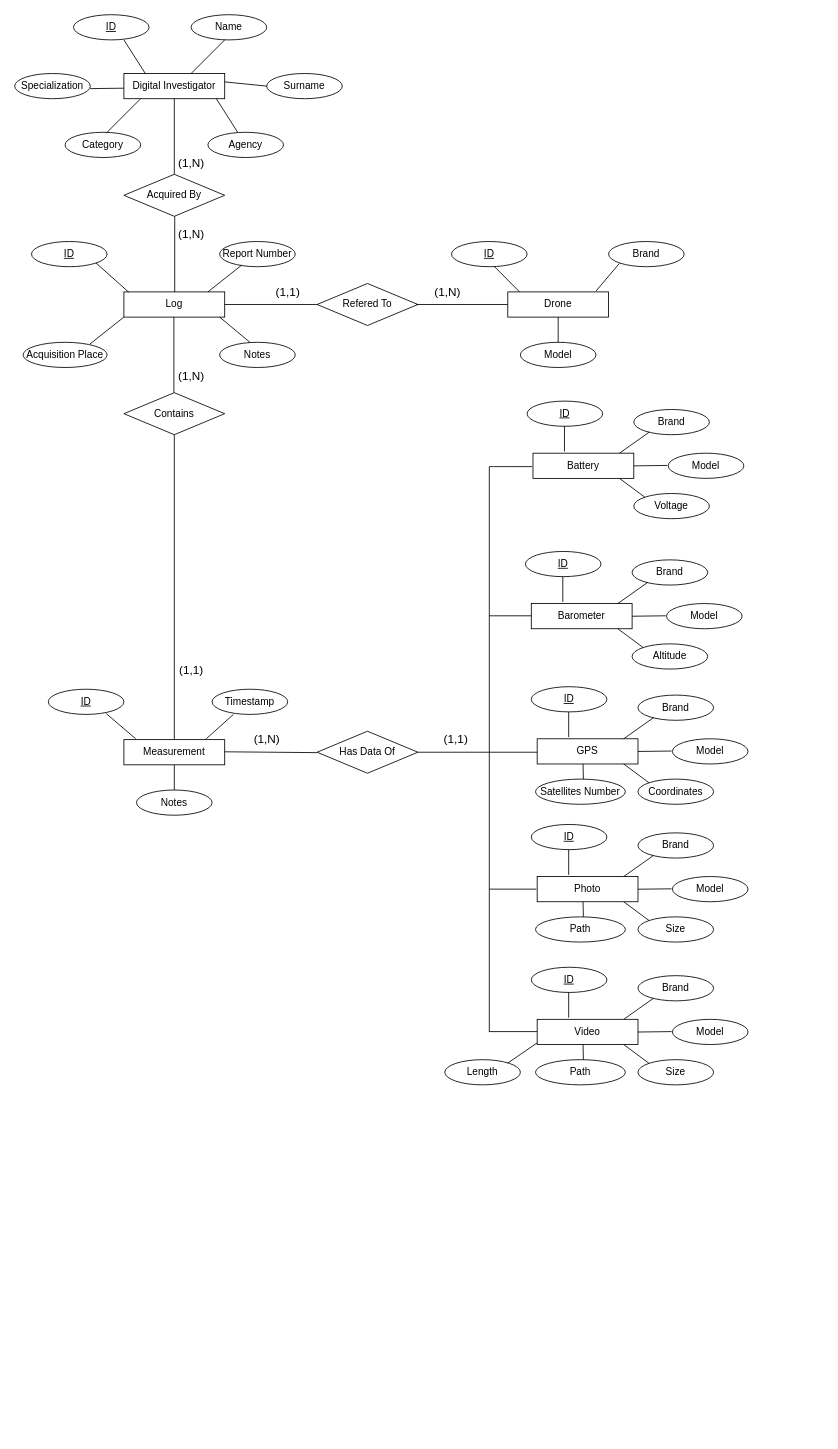
Before: Database/Schema DB.drawio in Kryozen/Forensics-Analysis, a draw.io diagram. Source tidied: cells renumbered, new cells numbered last; positions are measured from the earlier drawing's top-left corner, leaving out a move shared by most shapes. Both pictures are drawn from the tidied source at 84%, with x=0, y=0 at pixel (14, 14).
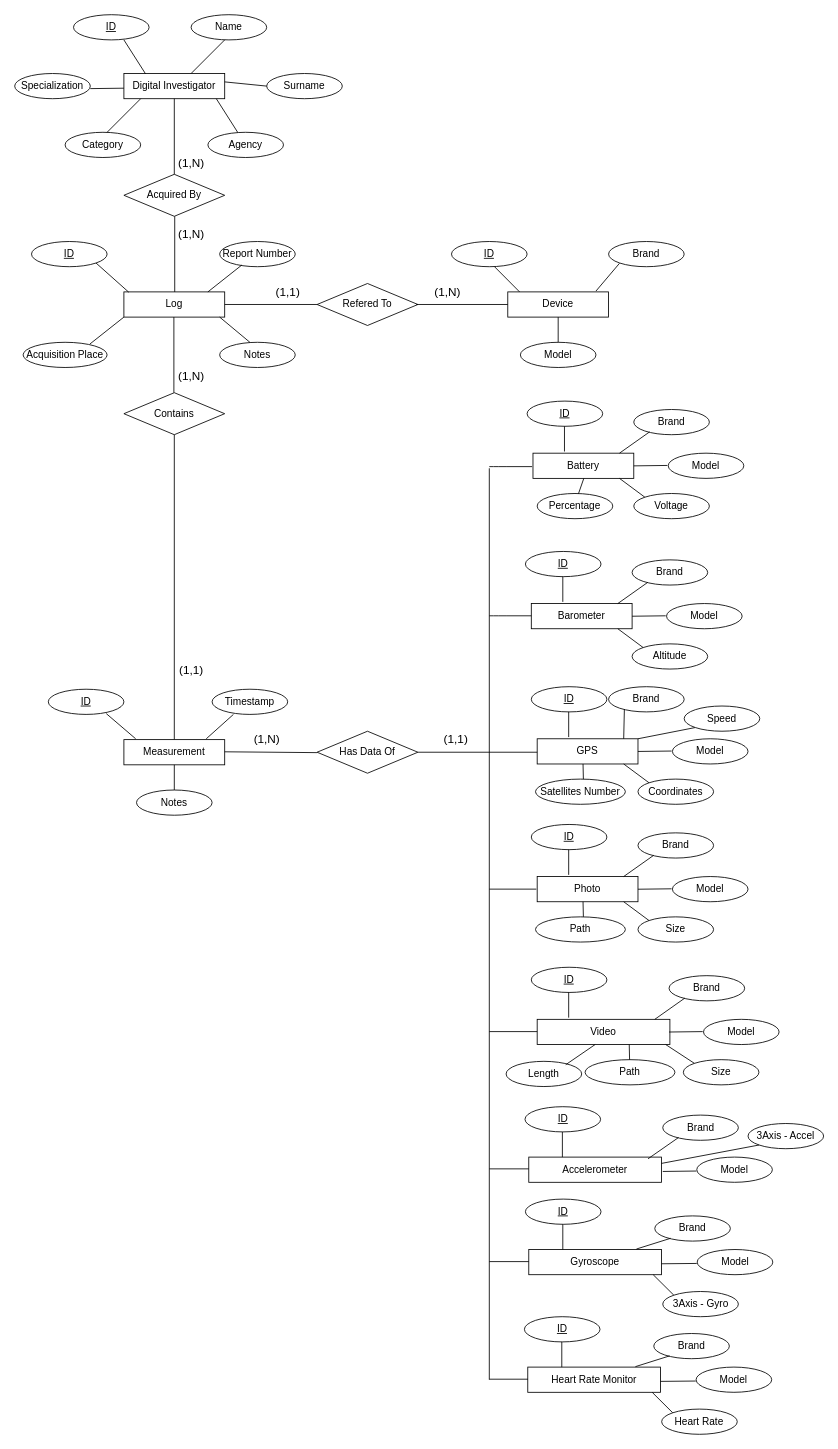
The same diagram, later.

Commit message (it also covers changes not shown here):
Modello E-R Aggiornato

Aggiornato il modello E-R del Database unico per i 3 dispostivi smart da analizzare.

The change refers to these unchanged cells:
```xml
<mxCell id="71" value="GPS" style="rounded=0;whiteSpace=wrap;html=1;" parent="1" vertex="1">
  <mxGeometry x="622" y="862" width="120" height="30" as="geometry" />
</mxCell>
```

Diff of the diagram source:
```diff
@@
-    <mxCell id="30" value="Drone" style="rounded=0;whiteSpace=wrap;html=1;" parent="1" vertex="1">
+    <mxCell id="30" value="Device" style="rounded=0;whiteSpace=wrap;html=1;" parent="1" vertex="1">
       <mxGeometry x="587" y="330" width="120" height="30" as="geometry" />
     </mxCell>
@@
     <mxCell id="50" style="endArrow=none;html=1;" parent="1" edge="1">
       <mxGeometry relative="1" as="geometry">
-        <mxPoint x="565" y="1211" as="sourcePoint" />
-        <mxPoint x="565" y="538" as="targetPoint" />
+        <mxPoint x="565" y="1625" as="sourcePoint" />
+        <mxPoint x="565" y="540" as="targetPoint" />
       </mxGeometry>
     </mxCell>
@@
     <mxCell id="74" value="Brand" style="ellipse;whiteSpace=wrap;html=1;" parent="1" vertex="1">
-      <mxGeometry x="742" y="810" width="90" height="30" as="geometry" />
+      <mxGeometry x="707" y="800" width="90" height="30" as="geometry" />
     </mxCell>
@@
     <mxCell id="94" value="Video" style="rounded=0;whiteSpace=wrap;html=1;" parent="1" vertex="1">
-      <mxGeometry x="622" y="1196" width="120" height="30" as="geometry" />
+      <mxGeometry x="622" y="1196" width="158" height="30" as="geometry" />
     </mxCell>
@@
     <mxCell id="97" value="Brand" style="ellipse;whiteSpace=wrap;html=1;" parent="1" vertex="1">
-      <mxGeometry x="742" y="1144" width="90" height="30" as="geometry" />
+      <mxGeometry x="779" y="1144" width="90" height="30" as="geometry" />
     </mxCell>
     <mxCell id="98" value="Model" style="ellipse;whiteSpace=wrap;html=1;" parent="1" vertex="1">
-      <mxGeometry x="783" y="1196" width="90" height="30" as="geometry" />
+      <mxGeometry x="820" y="1196" width="90" height="30" as="geometry" />
     </mxCell>
     <mxCell id="99" value="Size" style="ellipse;whiteSpace=wrap;html=1;" parent="1" vertex="1">
-      <mxGeometry x="742" y="1244" width="90" height="30" as="geometry" />
+      <mxGeometry x="796" y="1244" width="90" height="30" as="geometry" />
     </mxCell>
     <mxCell id="100" style="endArrow=none;html=1;entryX=1;entryY=1;entryDx=0;entryDy=0;exitX=0.209;exitY=0.889;exitDx=0;exitDy=0;exitPerimeter=0;" parent="1" edge="1" source="97">
       <mxGeometry relative="1" as="geometry">
-        <mxPoint x="725" y="1196" as="targetPoint" />
+        <mxPoint x="762" y="1196" as="targetPoint" />
       </mxGeometry>
     </mxCell>
     <mxCell id="101" style="endArrow=none;html=1;entryX=1;entryY=1;entryDx=0;entryDy=0;exitX=0;exitY=0;exitDx=0;exitDy=0;" parent="1" edge="1" source="99">
       <mxGeometry relative="1" as="geometry">
-        <mxPoint x="725" y="1226" as="targetPoint" />
+        <mxPoint x="775" y="1226" as="targetPoint" />
       </mxGeometry>
     </mxCell>
     <mxCell id="102" style="endArrow=none;html=1;exitX=0;exitY=0.5;exitDx=0;exitDy=0;" parent="1" edge="1">
       <mxGeometry relative="1" as="geometry">
-        <mxPoint x="782" y="1210.6" as="sourcePoint" />
-        <mxPoint x="742" y="1211.1" as="targetPoint" />
+        <mxPoint x="819" y="1210.6" as="sourcePoint" />
+        <mxPoint x="779" y="1211.1" as="targetPoint" />
       </mxGeometry>
     </mxCell>
     <mxCell id="103" value="Path" style="ellipse;whiteSpace=wrap;html=1;" parent="1" vertex="1">
-      <mxGeometry x="620" y="1244" width="107" height="30" as="geometry" />
+      <mxGeometry x="679" y="1244" width="107" height="30" as="geometry" />
     </mxCell>
     <mxCell id="104" style="endArrow=none;html=1;entryX=0.5;entryY=1;entryDx=0;entryDy=0;" parent="1" edge="1">
       <mxGeometry relative="1" as="geometry">
-        <mxPoint x="677" y="1244" as="sourcePoint" />
-        <mxPoint x="676.6" y="1226" as="targetPoint" />
+        <mxPoint x="732" y="1244" as="sourcePoint" />
+        <mxPoint x="731.6" y="1226" as="targetPoint" />
       </mxGeometry>
     </mxCell>
@@
     <mxCell id="106" value="Length" style="ellipse;whiteSpace=wrap;html=1;" parent="1" vertex="1">
-      <mxGeometry x="512" y="1244" width="90" height="30" as="geometry" />
+      <mxGeometry x="585" y="1246" width="90" height="30" as="geometry" />
     </mxCell>
     <mxCell id="107" style="endArrow=none;html=1;entryX=1;entryY=1;entryDx=0;entryDy=0;exitX=0.209;exitY=0.889;exitDx=0;exitDy=0;exitPerimeter=0;" parent="1" edge="1">
       <mxGeometry relative="1" as="geometry">
-        <mxPoint x="622" y="1224" as="sourcePoint" />
-        <mxPoint x="587" y="1248" as="targetPoint" />
+        <mxPoint x="691" y="1226" as="sourcePoint" />
+        <mxPoint x="656" y="1250" as="targetPoint" />
       </mxGeometry>
     </mxCell>
@@
+    <mxCell id="116" value="Accelerometer" style="rounded=0;whiteSpace=wrap;html=1;" parent="1" vertex="1">
+      <mxGeometry x="612" y="1360" width="158" height="30" as="geometry" />
+    </mxCell>
+    <mxCell id="117" style="endArrow=none;html=1;entryX=1;entryY=1;entryDx=0;entryDy=0;" parent="1" edge="1">
+      <mxGeometry relative="1" as="geometry">
+        <mxPoint x="669.5" y="575" as="sourcePoint" />
+        <mxPoint x="677.5" y="552" as="targetPoint" />
+      </mxGeometry>
+    </mxCell>
+    <mxCell id="118" value="Percentage" style="ellipse;whiteSpace=wrap;html=1;" parent="1" vertex="1">
+      <mxGeometry x="622" y="570" width="90" height="30" as="geometry" />
+    </mxCell>
+    <mxCell id="119" value="&lt;u&gt;ID&lt;/u&gt;" style="ellipse;whiteSpace=wrap;html=1;" parent="1" vertex="1">
+      <mxGeometry x="607.5" y="1300" width="90" height="30" as="geometry" />
+    </mxCell>
+    <mxCell id="120" style="endArrow=none;html=1;exitX=0.5;exitY=0;exitDx=0;exitDy=0;entryX=0.5;entryY=1;entryDx=0;entryDy=0;" parent="1" edge="1">
+      <mxGeometry relative="1" as="geometry">
+        <mxPoint x="652" y="1360" as="sourcePoint" />
+        <mxPoint x="652" y="1330" as="targetPoint" />
+      </mxGeometry>
+    </mxCell>
+    <mxCell id="121" value="Brand" style="ellipse;whiteSpace=wrap;html=1;" parent="1" vertex="1">
+      <mxGeometry x="771.5" y="1310" width="90" height="30" as="geometry" />
+    </mxCell>
+    <mxCell id="122" style="endArrow=none;html=1;exitX=0.209;exitY=0.889;exitDx=0;exitDy=0;exitPerimeter=0;" parent="1" edge="1" source="121">
+      <mxGeometry relative="1" as="geometry">
+        <mxPoint x="754" y="1362" as="targetPoint" />
+      </mxGeometry>
+    </mxCell>
+    <mxCell id="123" style="endArrow=none;html=1;exitX=0;exitY=0.5;exitDx=0;exitDy=0;" parent="1" edge="1">
+      <mxGeometry relative="1" as="geometry">
+        <mxPoint x="811.5" y="1376.6" as="sourcePoint" />
+        <mxPoint x="771.5" y="1377.1" as="targetPoint" />
+      </mxGeometry>
+    </mxCell>
+    <mxCell id="124" value="Model" style="ellipse;whiteSpace=wrap;html=1;" parent="1" vertex="1">
+      <mxGeometry x="812" y="1360" width="90" height="30" as="geometry" />
+    </mxCell>
+    <mxCell id="125" style="endArrow=none;html=1;" parent="1" edge="1">
+      <mxGeometry relative="1" as="geometry">
+        <mxPoint x="612" y="1374" as="sourcePoint" />
+        <mxPoint x="565" y="1374" as="targetPoint" />
+      </mxGeometry>
+    </mxCell>
+    <mxCell id="126" value="3Axis - Accel" style="ellipse;whiteSpace=wrap;html=1;" parent="1" vertex="1">
+      <mxGeometry x="873" y="1320" width="90" height="30" as="geometry" />
+    </mxCell>
+    <mxCell id="127" style="endArrow=none;html=1;exitX=0;exitY=1;exitDx=0;exitDy=0;entryX=1;entryY=0.25;entryDx=0;entryDy=0;" parent="1" edge="1" source="126" target="116">
+      <mxGeometry relative="1" as="geometry" />
+    </mxCell>
+    <mxCell id="128" value="Gyroscope" style="rounded=0;whiteSpace=wrap;html=1;" parent="1" vertex="1">
+      <mxGeometry x="612" y="1470" width="158" height="30" as="geometry" />
+    </mxCell>
+    <mxCell id="129" style="endArrow=none;html=1;" parent="1" edge="1">
+      <mxGeometry relative="1" as="geometry">
+        <mxPoint x="612" y="1484.4" as="sourcePoint" />
+        <mxPoint x="565" y="1484.4" as="targetPoint" />
+      </mxGeometry>
+    </mxCell>
+    <mxCell id="130" value="&lt;u&gt;ID&lt;/u&gt;" style="ellipse;whiteSpace=wrap;html=1;" parent="1" vertex="1">
+      <mxGeometry x="608" y="1410" width="90" height="30" as="geometry" />
+    </mxCell>
+    <mxCell id="131" style="endArrow=none;html=1;exitX=0.5;exitY=0;exitDx=0;exitDy=0;entryX=0.5;entryY=1;entryDx=0;entryDy=0;" parent="1" edge="1">
+      <mxGeometry relative="1" as="geometry">
+        <mxPoint x="652.5" y="1470" as="sourcePoint" />
+        <mxPoint x="652.5" y="1440" as="targetPoint" />
+      </mxGeometry>
+    </mxCell>
+    <mxCell id="132" value="Brand" style="ellipse;whiteSpace=wrap;html=1;" parent="1" vertex="1">
+      <mxGeometry x="762" y="1430" width="90" height="30" as="geometry" />
+    </mxCell>
+    <mxCell id="133" style="endArrow=none;html=1;exitX=0.209;exitY=0.889;exitDx=0;exitDy=0;exitPerimeter=0;entryX=0.811;entryY=-0.018;entryDx=0;entryDy=0;entryPerimeter=0;" parent="1" edge="1" source="132" target="128">
+      <mxGeometry relative="1" as="geometry" />
+    </mxCell>
+    <mxCell id="134" style="endArrow=none;html=1;exitX=0;exitY=0.5;exitDx=0;exitDy=0;" parent="1" edge="1">
+      <mxGeometry relative="1" as="geometry">
+        <mxPoint x="812" y="1486.6" as="sourcePoint" />
+        <mxPoint x="770" y="1487" as="targetPoint" />
+      </mxGeometry>
+    </mxCell>
+    <mxCell id="135" value="Model" style="ellipse;whiteSpace=wrap;html=1;" parent="1" vertex="1">
+      <mxGeometry x="812.5" y="1470" width="90" height="30" as="geometry" />
+    </mxCell>
+    <mxCell id="136" style="endArrow=none;html=1;entryX=1;entryY=0;entryDx=0;entryDy=0;exitX=0;exitY=1;exitDx=0;exitDy=0;" parent="1" edge="1" source="137" target="71">
+      <mxGeometry relative="1" as="geometry" />
+    </mxCell>
+    <mxCell id="137" value="Speed" style="ellipse;whiteSpace=wrap;html=1;" parent="1" vertex="1">
+      <mxGeometry x="797" y="823" width="90" height="30" as="geometry" />
+    </mxCell>
+    <mxCell id="138" value="3Axis - Gyro" style="ellipse;whiteSpace=wrap;html=1;" parent="1" vertex="1">
+      <mxGeometry x="771.5" y="1520" width="90" height="30" as="geometry" />
+    </mxCell>
+    <mxCell id="139" style="endArrow=none;html=1;entryX=0.811;entryY=-0.018;entryDx=0;entryDy=0;entryPerimeter=0;exitX=0;exitY=0;exitDx=0;exitDy=0;" parent="1" edge="1" source="138">
+      <mxGeometry relative="1" as="geometry">
+        <mxPoint x="760.1" y="1500" as="targetPoint" />
+      </mxGeometry>
+    </mxCell>
+    <mxCell id="140" value="Heart Rate Monitor" style="rounded=0;whiteSpace=wrap;html=1;" parent="1" vertex="1">
+      <mxGeometry x="610.8" y="1610" width="158" height="30" as="geometry" />
+    </mxCell>
+    <mxCell id="141" style="endArrow=none;html=1;" parent="1" edge="1">
+      <mxGeometry relative="1" as="geometry">
+        <mxPoint x="611" y="1624.4" as="sourcePoint" />
+        <mxPoint x="565" y="1624.4" as="targetPoint" />
+      </mxGeometry>
+    </mxCell>
+    <mxCell id="142" value="&lt;u&gt;ID&lt;/u&gt;" style="ellipse;whiteSpace=wrap;html=1;" parent="1" vertex="1">
+      <mxGeometry x="606.8" y="1550" width="90" height="30" as="geometry" />
+    </mxCell>
+    <mxCell id="143" style="endArrow=none;html=1;exitX=0.5;exitY=0;exitDx=0;exitDy=0;entryX=0.5;entryY=1;entryDx=0;entryDy=0;" parent="1" edge="1">
+      <mxGeometry relative="1" as="geometry">
+        <mxPoint x="651.3" y="1610" as="sourcePoint" />
+        <mxPoint x="651.3" y="1580" as="targetPoint" />
+      </mxGeometry>
+    </mxCell>
+    <mxCell id="144" value="Brand" style="ellipse;whiteSpace=wrap;html=1;" parent="1" vertex="1">
+      <mxGeometry x="760.8" y="1570" width="90" height="30" as="geometry" />
+    </mxCell>
+    <mxCell id="145" style="endArrow=none;html=1;exitX=0.209;exitY=0.889;exitDx=0;exitDy=0;exitPerimeter=0;entryX=0.811;entryY=-0.018;entryDx=0;entryDy=0;entryPerimeter=0;" parent="1" edge="1" source="144" target="140">
+      <mxGeometry relative="1" as="geometry" />
+    </mxCell>
+    <mxCell id="146" style="endArrow=none;html=1;exitX=0;exitY=0.5;exitDx=0;exitDy=0;" parent="1" edge="1">
+      <mxGeometry relative="1" as="geometry">
+        <mxPoint x="810.8" y="1626.6" as="sourcePoint" />
+        <mxPoint x="768.8" y="1627" as="targetPoint" />
+      </mxGeometry>
+    </mxCell>
+    <mxCell id="147" value="Model" style="ellipse;whiteSpace=wrap;html=1;" parent="1" vertex="1">
+      <mxGeometry x="811.2" y="1610" width="90" height="30" as="geometry" />
+    </mxCell>
+    <mxCell id="148" value="Heart Rate" style="ellipse;whiteSpace=wrap;html=1;" parent="1" vertex="1">
+      <mxGeometry x="770.2" y="1660" width="90" height="30" as="geometry" />
+    </mxCell>
+    <mxCell id="149" style="endArrow=none;html=1;entryX=0.811;entryY=-0.018;entryDx=0;entryDy=0;entryPerimeter=0;exitX=0;exitY=0;exitDx=0;exitDy=0;" parent="1" edge="1" source="148">
+      <mxGeometry relative="1" as="geometry">
+        <mxPoint x="758.9" y="1640" as="targetPoint" />
+      </mxGeometry>
+    </mxCell>
```
